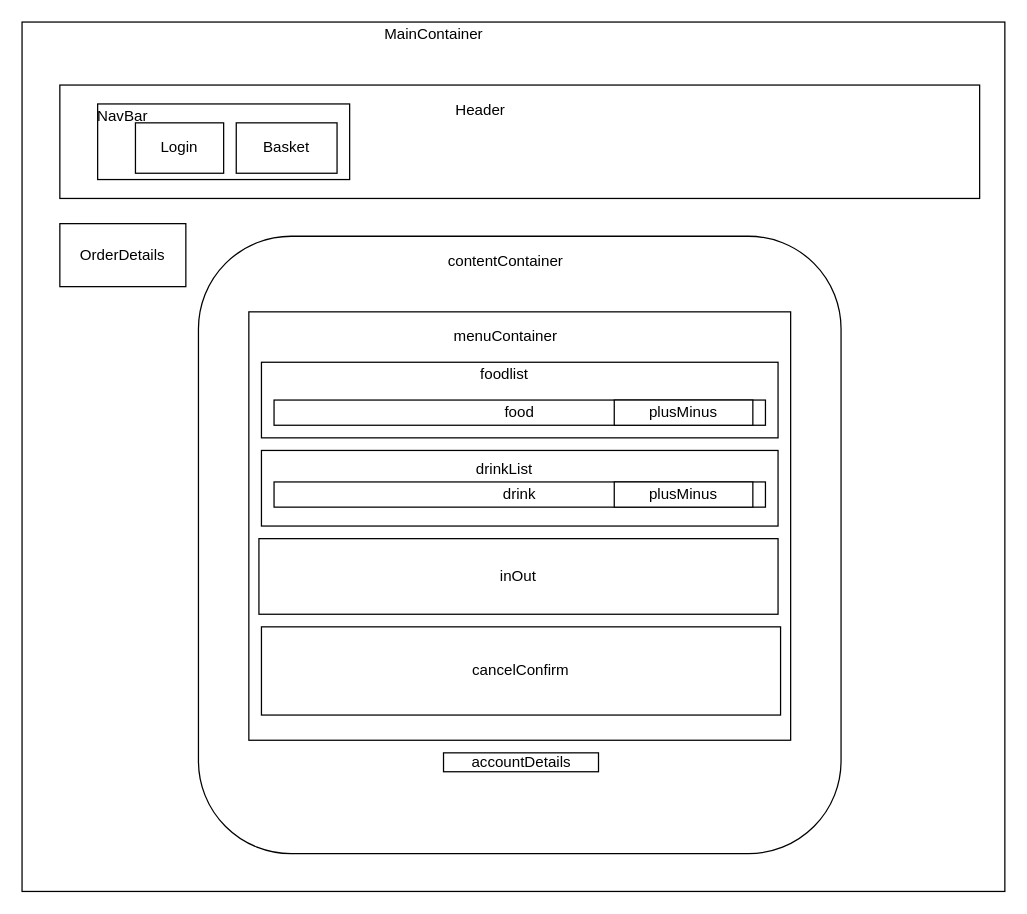
Above: diagrams_prototype/UI_app_structure.drawio in Katie-Sloan/E44_Final_Project (draw.io), before the change. Source tidied: cells renumbered, new cells numbered last; positions are measured from the earlier drawing's top-left corner, leaving out a move shared by most shapes. Both pictures are drawn from the tidied source at 126%, with x=0, y=0 at pixel (21, 21).
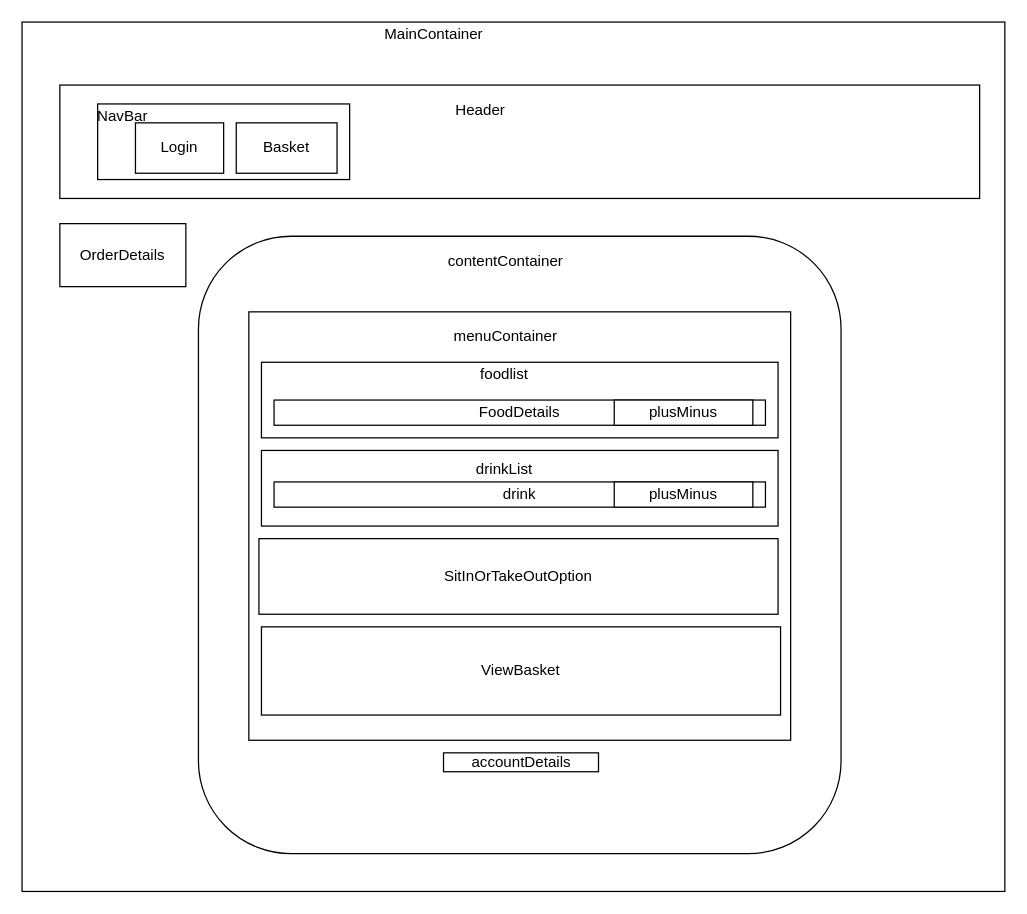
The same page after the edit.

Diff of the diagram source:
```diff
@@
-    <mxCell id="17" value="inOut" style="rounded=0;whiteSpace=wrap;html=1;" parent="1" vertex="1">
+    <mxCell id="17" value="SitInOrTakeOutOption" style="rounded=0;whiteSpace=wrap;html=1;" parent="1" vertex="1">
       <mxGeometry x="188" y="410" width="412" height="60" as="geometry" />
     </mxCell>
-    <mxCell id="18" value="food" style="rounded=0;whiteSpace=wrap;html=1;" parent="1" vertex="1">
+    <mxCell id="18" value="FoodDetails" style="rounded=0;whiteSpace=wrap;html=1;" parent="1" vertex="1">
       <mxGeometry x="200" y="300" width="390" height="20" as="geometry" />
     </mxCell>
@@
-    <mxCell id="22" value="cancelConfirm" style="rounded=0;whiteSpace=wrap;html=1;" parent="1" vertex="1">
+    <mxCell id="22" value="ViewBasket" style="rounded=0;whiteSpace=wrap;html=1;" parent="1" vertex="1">
       <mxGeometry x="190" y="480" width="412" height="70" as="geometry" />
     </mxCell>
```
